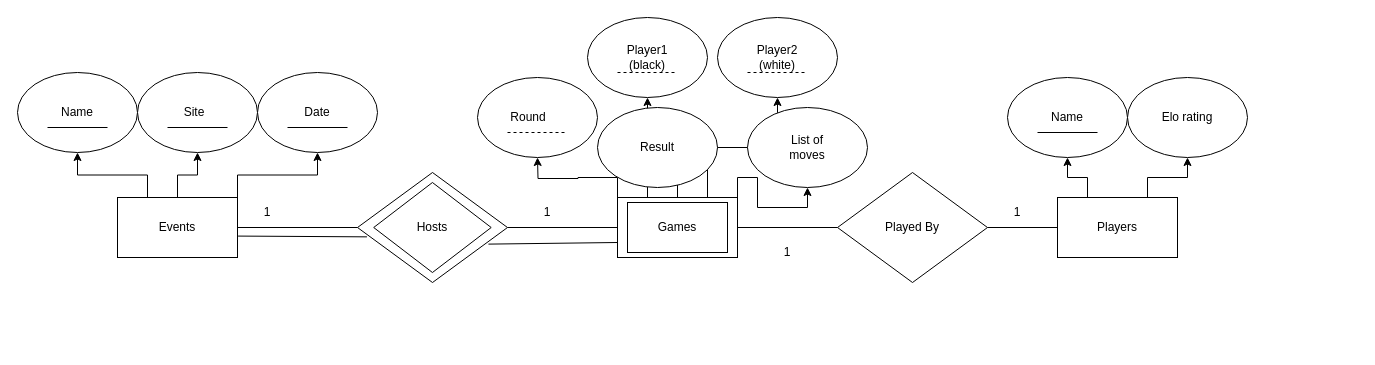
The draw.io diagram ER Models/Homework2/Diagram3.drawio in sepaloscodigos/vigilant-parakeet, before the edit. Source tidied: cells renumbered, new cells numbered last; positions are measured from the earlier drawing's top-left corner, leaving out a move shared by most shapes. Both pictures are drawn from the tidied source at 100%, with x=0, y=0 at pixel (17, 17).
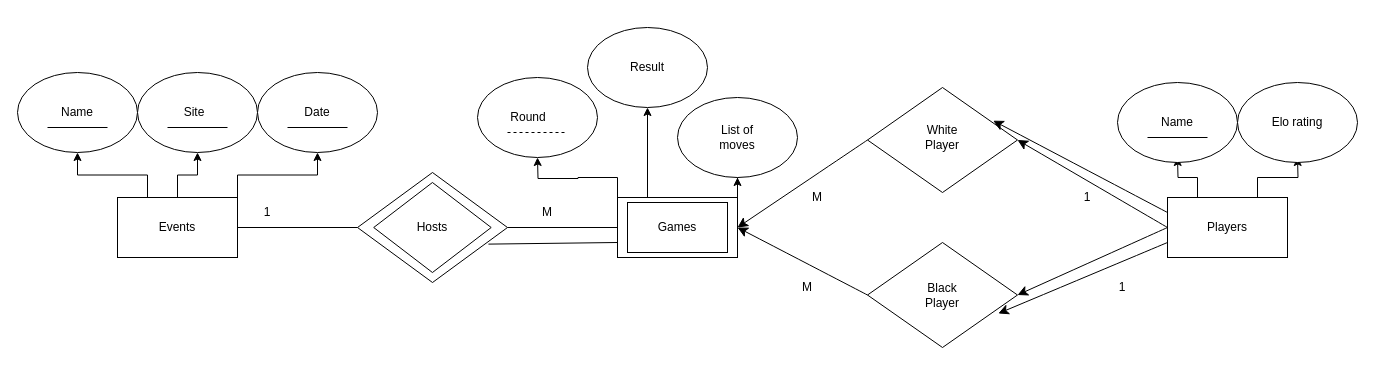
The same diagram, later.

Unchanged cells that the change refers to:
```xml
<mxCell id="16" style="rounded=0;whiteSpace=wrap;html=1;" parent="1" vertex="1">
  <mxGeometry x="600" y="180" width="120" height="60" as="geometry" />
</mxCell>
<mxCell id="20" style="rounded=0;whiteSpace=wrap;html=1;" parent="1" vertex="1">
  <mxGeometry x="100" y="180" width="120" height="60" as="geometry" />
</mxCell>
<mxCell id="36" style="rhombus;whiteSpace=wrap;html=1;" parent="1" vertex="1">
  <mxGeometry x="340" y="155" width="150" height="110" as="geometry" />
</mxCell>
```

Change to the diagram source:
```diff
@@
-    <mxCell id="2" style="edgeStyle=orthogonalEdgeStyle;rounded=0;jettySize=auto;html=1;exitX=0.25;exitY=0;exitDx=0;exitDy=0;" parent="1" edge="1" source="4" target="6">
-      <mxGeometry relative="1" as="geometry" />
+    <mxCell id="2" style="edgeStyle=orthogonalEdgeStyle;rounded=0;jettySize=auto;html=1;exitX=0.25;exitY=0;exitDx=0;exitDy=0;" parent="1" edge="1" source="4">
+      <mxGeometry relative="1" as="geometry">
+        <mxPoint x="1160" y="140" as="targetPoint" />
+      </mxGeometry>
     </mxCell>
-    <mxCell id="3" style="edgeStyle=orthogonalEdgeStyle;rounded=0;jettySize=auto;html=1;exitX=0.75;exitY=0;exitDx=0;exitDy=0;" parent="1" edge="1" source="4" target="8">
-      <mxGeometry relative="1" as="geometry" />
+    <mxCell id="3" style="edgeStyle=orthogonalEdgeStyle;rounded=0;jettySize=auto;html=1;exitX=0.75;exitY=0;exitDx=0;exitDy=0;" parent="1" edge="1" source="4">
+      <mxGeometry relative="1" as="geometry">
+        <mxPoint x="1280" y="140" as="targetPoint" />
+      </mxGeometry>
     </mxCell>
+    <mxCell id="61" style="edgeStyle=none;curved=1;rounded=0;jettySize=auto;html=1;entryX=1;entryY=0.5;entryDx=0;entryDy=0;fontSize=12;startSize=8;endSize=8;" parent="1" edge="1" target="64">
+      <mxGeometry relative="1" as="geometry">
+        <mxPoint x="1150" y="210" as="sourcePoint" />
+      </mxGeometry>
+    </mxCell>
+    <mxCell id="62" style="edgeStyle=none;curved=1;rounded=0;jettySize=auto;html=1;exitX=0;exitY=0.5;exitDx=0;exitDy=0;entryX=1;entryY=0.5;entryDx=0;entryDy=0;fontSize=12;startSize=8;endSize=8;" parent="1" edge="1" source="4" target="66">
+      <mxGeometry relative="1" as="geometry" />
+    </mxCell>
     <mxCell id="4" style="rounded=0;whiteSpace=wrap;html=1;" parent="1" vertex="1">
-      <mxGeometry x="1040" y="180" width="120" height="60" as="geometry" />
+      <mxGeometry x="1150" y="180" width="120" height="60" as="geometry" />
     </mxCell>
     <mxCell id="5" value="Players" style="text;html=1;whiteSpace=wrap;strokeColor=none;fillColor=none;align=center;verticalAlign=middle;rounded=0;" parent="1" vertex="1">
-      <mxGeometry x="1070" y="195" width="60" height="30" as="geometry" />
+      <mxGeometry x="1180" y="195" width="60" height="30" as="geometry" />
     </mxCell>
     <mxCell id="6" style="ellipse;whiteSpace=wrap;html=1;" parent="1" vertex="1">
-      <mxGeometry x="990" y="60" width="120" height="80" as="geometry" />
+      <mxGeometry x="1100" y="65" width="120" height="80" as="geometry" />
     </mxCell>
     <mxCell id="7" value="Name" style="text;html=1;whiteSpace=wrap;strokeColor=none;fillColor=none;align=center;verticalAlign=middle;rounded=0;" parent="1" vertex="1">
-      <mxGeometry x="1020" y="85" width="60" height="30" as="geometry" />
+      <mxGeometry x="1130" y="90" width="60" height="30" as="geometry" />
     </mxCell>
     <mxCell id="8" style="ellipse;whiteSpace=wrap;html=1;" parent="1" vertex="1">
-      <mxGeometry x="1110" y="60" width="120" height="80" as="geometry" />
+      <mxGeometry x="1220" y="65" width="120" height="80" as="geometry" />
     </mxCell>
     <mxCell id="9" value="Elo rating" style="text;html=1;whiteSpace=wrap;strokeColor=none;fillColor=none;align=center;verticalAlign=middle;rounded=0;" parent="1" vertex="1">
-      <mxGeometry x="1140" y="85" width="60" height="30" as="geometry" />
+      <mxGeometry x="1250" y="90" width="60" height="30" as="geometry" />
     </mxCell>
@@
-    <mxCell id="12" style="edgeStyle=orthogonalEdgeStyle;rounded=0;jettySize=auto;html=1;exitX=0.5;exitY=0;exitDx=0;exitDy=0;" parent="1" edge="1" source="16" target="32">
-      <mxGeometry relative="1" as="geometry" />
-    </mxCell>
@@
-    <mxCell id="14" style="edgeStyle=orthogonalEdgeStyle;rounded=0;jettySize=auto;html=1;exitX=0.75;exitY=0;exitDx=0;exitDy=0;entryX=0.5;entryY=1;entryDx=0;entryDy=0;" parent="1" edge="1" source="16" target="38">
-      <mxGeometry relative="1" as="geometry" />
-    </mxCell>
@@
-    <mxCell id="32" style="ellipse;whiteSpace=wrap;html=1;" parent="1" vertex="1">
-      <mxGeometry x="570" width="120" height="80" as="geometry" />
-    </mxCell>
     <mxCell id="33" style="ellipse;whiteSpace=wrap;html=1;" parent="1" vertex="1">
-      <mxGeometry x="730" y="90" width="120" height="80" as="geometry" />
+      <mxGeometry x="660" y="80" width="120" height="80" as="geometry" />
     </mxCell>
     <mxCell id="34" value="List of moves" style="text;html=1;whiteSpace=wrap;strokeColor=none;fillColor=none;align=center;verticalAlign=middle;rounded=0;" parent="1" vertex="1">
-      <mxGeometry x="760" y="115" width="60" height="30" as="geometry" />
+      <mxGeometry x="690" y="105" width="60" height="30" as="geometry" />
     </mxCell>
@@
-    <mxCell id="37" style="rhombus;whiteSpace=wrap;html=1;" parent="1" vertex="1">
-      <mxGeometry x="820" y="155" width="150" height="110" as="geometry" />
-    </mxCell>
-    <mxCell id="38" style="ellipse;whiteSpace=wrap;html=1;" parent="1" vertex="1">
-      <mxGeometry x="700" width="120" height="80" as="geometry" />
-    </mxCell>
-    <mxCell id="39" value="Player2 (white)" style="text;html=1;whiteSpace=wrap;strokeColor=none;fillColor=none;align=center;verticalAlign=middle;rounded=0;" parent="1" vertex="1">
-      <mxGeometry x="730" y="25" width="60" height="30" as="geometry" />
-    </mxCell>
     <mxCell id="40" style="ellipse;whiteSpace=wrap;html=1;" parent="1" vertex="1">
-      <mxGeometry x="580" y="90" width="120" height="80" as="geometry" />
+      <mxGeometry x="570" y="10" width="120" height="80" as="geometry" />
     </mxCell>
     <mxCell id="41" value="Result" style="text;html=1;whiteSpace=wrap;strokeColor=none;fillColor=none;align=center;verticalAlign=middle;rounded=0;" parent="1" vertex="1">
-      <mxGeometry x="610" y="115" width="60" height="30" as="geometry" />
+      <mxGeometry x="600" y="35" width="60" height="30" as="geometry" />
     </mxCell>
-    <mxCell id="42" value="Player1 (black)" style="text;html=1;whiteSpace=wrap;strokeColor=none;fillColor=none;align=center;verticalAlign=middle;rounded=0;" parent="1" vertex="1">
-      <mxGeometry x="600" y="25" width="60" height="30" as="geometry" />
-    </mxCell>
@@
-    <mxCell id="45" style="endArrow=none;html=1;rounded=0;exitX=1.005;exitY=0.643;exitDx=0;exitDy=0;exitPerimeter=0;entryX=0.063;entryY=0.585;entryDx=0;entryDy=0;entryPerimeter=0;" parent="1" edge="1" source="20" target="36">
-      <mxGeometry relative="1" as="geometry" />
-    </mxCell>
@@
-    <mxCell id="47" value="1" style="text;html=1;whiteSpace=wrap;strokeColor=none;fillColor=none;align=center;verticalAlign=middle;rounded=0;" parent="1" vertex="1">
+    <mxCell id="47" value="M" style="text;html=1;whiteSpace=wrap;strokeColor=none;fillColor=none;align=center;verticalAlign=middle;rounded=0;" parent="1" vertex="1">
       <mxGeometry x="500" y="180" width="60" height="30" as="geometry" />
     </mxCell>
-    <mxCell id="48" style="endArrow=none;dashed=1;html=1;rounded=0;exitX=0;exitY=1;exitDx=0;exitDy=0;entryX=1;entryY=1;entryDx=0;entryDy=0;" parent="1" edge="1" source="39" target="39">
-      <mxGeometry relative="1" as="geometry" />
-    </mxCell>
-    <mxCell id="49" style="endArrow=none;dashed=1;html=1;rounded=0;exitX=0;exitY=1;exitDx=0;exitDy=0;entryX=1;entryY=1;entryDx=0;entryDy=0;" parent="1" edge="1" source="42" target="42">
-      <mxGeometry relative="1" as="geometry" />
-    </mxCell>
@@
-    <mxCell id="56" style="endArrow=none;html=1;rounded=0;entryX=1;entryY=0.5;entryDx=0;entryDy=0;exitX=0;exitY=0.5;exitDx=0;exitDy=0;" parent="1" edge="1" source="37" target="16">
-      <mxGeometry relative="1" as="geometry" />
-    </mxCell>
-    <mxCell id="57" value="Played By" style="text;html=1;whiteSpace=wrap;strokeColor=none;fillColor=none;align=center;verticalAlign=middle;rounded=0;" parent="1" vertex="1">
-      <mxGeometry x="865" y="195" width="60" height="30" as="geometry" />
-    </mxCell>
-    <mxCell id="58" style="endArrow=none;html=1;rounded=0;entryX=0;entryY=0.5;entryDx=0;entryDy=0;exitX=1;exitY=0.5;exitDx=0;exitDy=0;" parent="1" edge="1" source="37" target="4">
-      <mxGeometry relative="1" as="geometry" />
-    </mxCell>
-    <mxCell id="59" value="1" style="text;html=1;whiteSpace=wrap;strokeColor=none;fillColor=none;align=center;verticalAlign=middle;rounded=0;" parent="1" vertex="1">
-      <mxGeometry x="970" y="180" width="60" height="30" as="geometry" />
-    </mxCell>
-    <mxCell id="60" value="1" style="text;html=1;whiteSpace=wrap;strokeColor=none;fillColor=none;align=center;verticalAlign=middle;rounded=0;" parent="1" vertex="1">
-      <mxGeometry x="740" y="220" width="60" height="30" as="geometry" />
-    </mxCell>
+    <mxCell id="63" style="edgeStyle=none;curved=1;rounded=0;jettySize=auto;html=1;exitX=0;exitY=0.5;exitDx=0;exitDy=0;entryX=1;entryY=0.5;entryDx=0;entryDy=0;fontSize=12;startSize=8;endSize=8;" parent="1" edge="1" source="64" target="16">
+      <mxGeometry relative="1" as="geometry" />
+    </mxCell>
+    <mxCell id="64" style="rhombus;whiteSpace=wrap;html=1;" parent="1" vertex="1">
+      <mxGeometry x="850" y="70" width="150" height="105" as="geometry" />
+    </mxCell>
+    <mxCell id="65" style="edgeStyle=none;curved=1;rounded=0;jettySize=auto;html=1;exitX=0;exitY=0.5;exitDx=0;exitDy=0;entryX=1;entryY=0.5;entryDx=0;entryDy=0;fontSize=12;startSize=8;endSize=8;" parent="1" edge="1" source="66" target="16">
+      <mxGeometry relative="1" as="geometry" />
+    </mxCell>
+    <mxCell id="66" style="rhombus;whiteSpace=wrap;html=1;" parent="1" vertex="1">
+      <mxGeometry x="850" y="225" width="150" height="105" as="geometry" />
+    </mxCell>
+    <mxCell id="67" value="White Player" style="text;html=1;whiteSpace=wrap;strokeColor=none;fillColor=none;align=center;verticalAlign=middle;rounded=0;" parent="1" vertex="1">
+      <mxGeometry x="895" y="105" width="60" height="30" as="geometry" />
+    </mxCell>
+    <mxCell id="68" value="Black Player" style="text;html=1;whiteSpace=wrap;strokeColor=none;fillColor=none;align=center;verticalAlign=middle;rounded=0;" parent="1" vertex="1">
+      <mxGeometry x="895" y="262.5" width="60" height="30" as="geometry" />
+    </mxCell>
+    <mxCell id="69" style="edgeStyle=none;curved=1;rounded=0;jettySize=auto;html=1;exitX=0;exitY=0.75;exitDx=0;exitDy=0;entryX=0.872;entryY=0.676;entryDx=0;entryDy=0;entryPerimeter=0;fontSize=12;startSize=8;endSize=8;" parent="1" edge="1" source="4" target="66">
+      <mxGeometry relative="1" as="geometry" />
+    </mxCell>
+    <mxCell id="70" style="edgeStyle=none;curved=1;rounded=0;jettySize=auto;html=1;exitX=0;exitY=0.25;exitDx=0;exitDy=0;entryX=0.838;entryY=0.316;entryDx=0;entryDy=0;entryPerimeter=0;fontSize=12;startSize=8;endSize=8;" parent="1" edge="1" source="4" target="64">
+      <mxGeometry relative="1" as="geometry" />
+    </mxCell>
+    <mxCell id="71" value="M" style="text;html=1;whiteSpace=wrap;strokeColor=none;fillColor=none;align=center;verticalAlign=middle;rounded=0;" parent="1" vertex="1">
+      <mxGeometry x="770" y="165" width="60" height="30" as="geometry" />
+    </mxCell>
+    <mxCell id="72" value="M" style="text;html=1;whiteSpace=wrap;strokeColor=none;fillColor=none;align=center;verticalAlign=middle;rounded=0;" parent="1" vertex="1">
+      <mxGeometry x="760" y="255" width="60" height="30" as="geometry" />
+    </mxCell>
+    <mxCell id="73" value="1" style="text;html=1;whiteSpace=wrap;strokeColor=none;fillColor=none;align=center;verticalAlign=middle;rounded=0;" parent="1" vertex="1">
+      <mxGeometry x="1040" y="165" width="60" height="30" as="geometry" />
+    </mxCell>
+    <mxCell id="74" value="1" style="text;html=1;whiteSpace=wrap;strokeColor=none;fillColor=none;align=center;verticalAlign=middle;rounded=0;" parent="1" vertex="1">
+      <mxGeometry x="1075" y="255" width="60" height="30" as="geometry" />
+    </mxCell>
```
